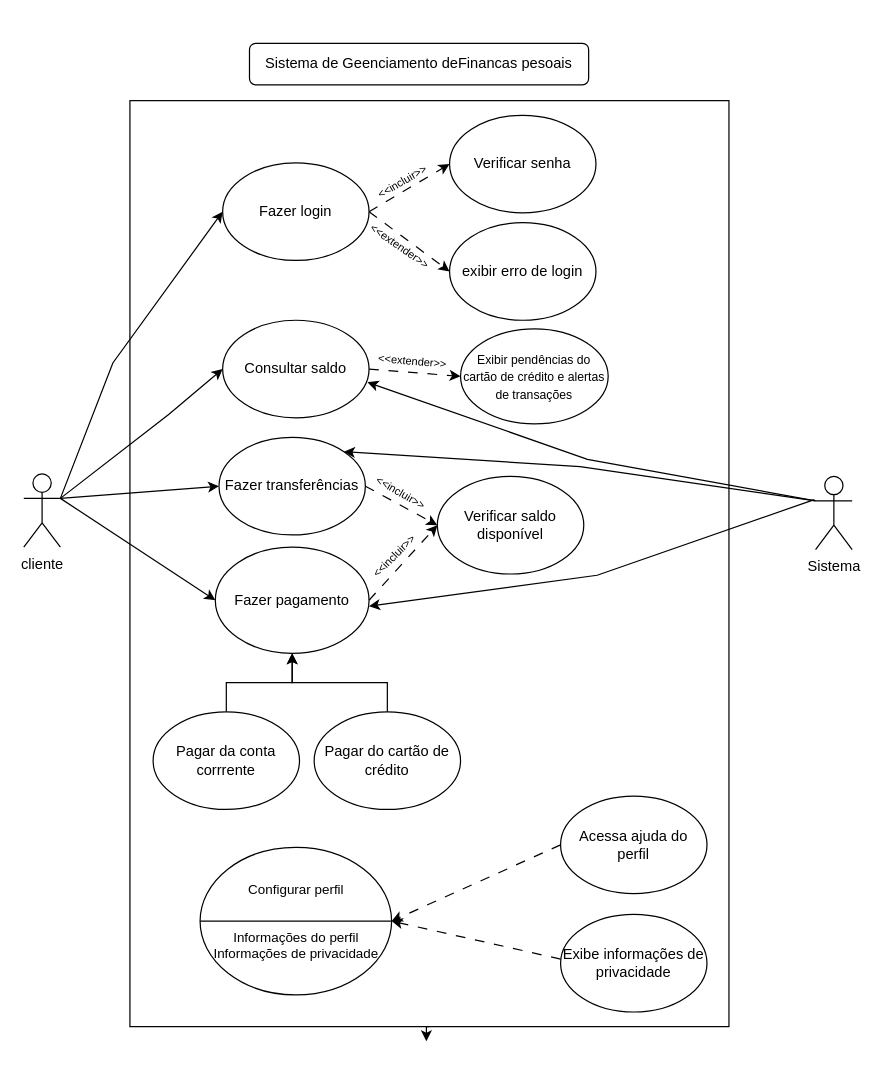
InacioCarvalhoOliveira/UML_DIAGRAMS keeps this draw.io diagram as diagrama_Usu[ario.drawio. Above is the earlier version. Source tidied: cells renumbered, new cells numbered last; positions are measured from the earlier drawing's top-left corner, leaving out a move shared by most shapes. Both pictures are drawn from the tidied source at 122%, with x=0, y=0 at pixel (23, 43).
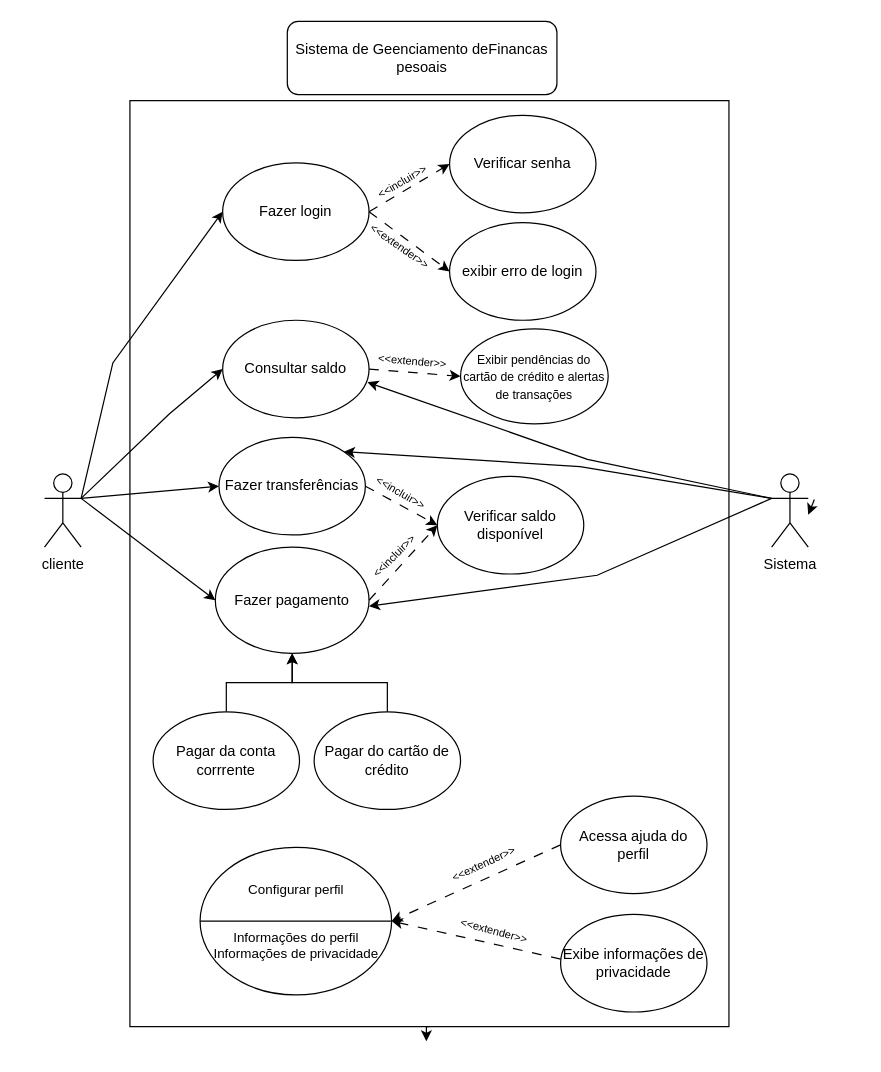
The same diagram, later.

The change refers to these unchanged cells:
```xml
<mxCell id="13" value="Fazer pagamento" style="ellipse;whiteSpace=wrap;html=1;" parent="1" vertex="1">
  <mxGeometry x="157" y="413" width="126" height="87" as="geometry" />
</mxCell>
```

Change to the diagram source:
```diff
@@
     <mxCell id="2" value="&lt;div&gt;cliente&lt;/div&gt;&lt;div&gt;&lt;br&gt;&lt;/div&gt;" style="shape=umlActor;verticalLabelPosition=bottom;verticalAlign=top;html=1;outlineConnect=0;" parent="1" vertex="1">
-      <mxGeometry y="353" width="30" height="60" as="geometry" />
+      <mxGeometry x="17" y="353" width="30" height="60" as="geometry" />
     </mxCell>
@@
-    <mxCell id="4" style="rounded=0;whiteSpace=wrap;html=1;" parent="1" vertex="1">
+    <mxCell id="4" style="rounded=0;whiteSpace=wrap;html=1;gradientColor=none;" parent="1" vertex="1">
       <mxGeometry x="87" y="47" width="491" height="759" as="geometry" />
     </mxCell>
@@
-    <mxCell id="38" value="&lt;div&gt;Sistema&lt;/div&gt;&lt;div&gt;&lt;br&gt;&lt;/div&gt;" style="shape=umlActor;verticalLabelPosition=bottom;verticalAlign=top;html=1;outlineConnect=0;" parent="1" vertex="1">
-      <mxGeometry x="649" y="355" width="30" height="60" as="geometry" />
-    </mxCell>
@@
-    <mxCell id="41" style="endArrow=classic;html=1;rounded=0;entryX=1;entryY=0.556;entryDx=0;entryDy=0;entryPerimeter=0;" parent="1" edge="1" target="13">
+    <mxCell id="41" style="endArrow=classic;html=1;rounded=0;entryX=1;entryY=0.556;entryDx=0;entryDy=0;entryPerimeter=0;exitX=0;exitY=0.3333333333333333;exitDx=0;exitDy=0;exitPerimeter=0;" parent="1" edge="1" source="38" target="13">
       <mxGeometry relative="1" as="geometry">
-        <mxPoint x="648" y="374" as="sourcePoint" />
         <Array as="points">
           <mxPoint x="470" y="436" />
         </Array>
       </mxGeometry>
     </mxCell>
     <mxCell id="42" value="Sistema de Geenciamento deFinancas pesoais" style="rounded=1;whiteSpace=wrap;html=1;" parent="1" vertex="1">
-      <mxGeometry x="185" width="278" height="34" as="geometry" />
+      <mxGeometry x="216" y="-18" width="221" height="60" as="geometry" />
     </mxCell>
+    <mxCell id="43" value="&lt;font style=&quot;font-size: 9px;&quot;&gt;&amp;lt;&amp;lt;extender&amp;gt;&amp;gt;&lt;/font&gt;" style="text;html=1;strokeColor=none;fillColor=none;align=center;verticalAlign=middle;whiteSpace=wrap;rounded=0;rotation=-25;" parent="1" vertex="1">
+      <mxGeometry x="352" y="667" width="50" height="10" as="geometry" />
+    </mxCell>
+    <mxCell id="44" value="&lt;font style=&quot;font-size: 9px;&quot;&gt;&amp;lt;&amp;lt;extender&amp;gt;&amp;gt;&lt;/font&gt;" style="text;html=1;strokeColor=none;fillColor=none;align=center;verticalAlign=middle;whiteSpace=wrap;rounded=0;rotation=15;" parent="1" vertex="1">
+      <mxGeometry x="361" y="722" width="50" height="10" as="geometry" />
+    </mxCell>
+    <mxCell id="45" style="endArrow=classic;html=1;rounded=0;entryX=1;entryY=0.556;entryDx=0;entryDy=0;entryPerimeter=0;" parent="1" edge="1" target="38">
+      <mxGeometry relative="1" as="geometry">
+        <mxPoint x="648" y="374" as="sourcePoint" />
+      </mxGeometry>
+    </mxCell>
+    <mxCell id="38" value="&lt;div&gt;Sistema&lt;/div&gt;&lt;div&gt;&lt;br&gt;&lt;/div&gt;" style="shape=umlActor;verticalLabelPosition=bottom;verticalAlign=top;html=1;outlineConnect=0;" parent="1" vertex="1">
+      <mxGeometry x="613" y="353" width="30" height="60" as="geometry" />
+    </mxCell>
```
